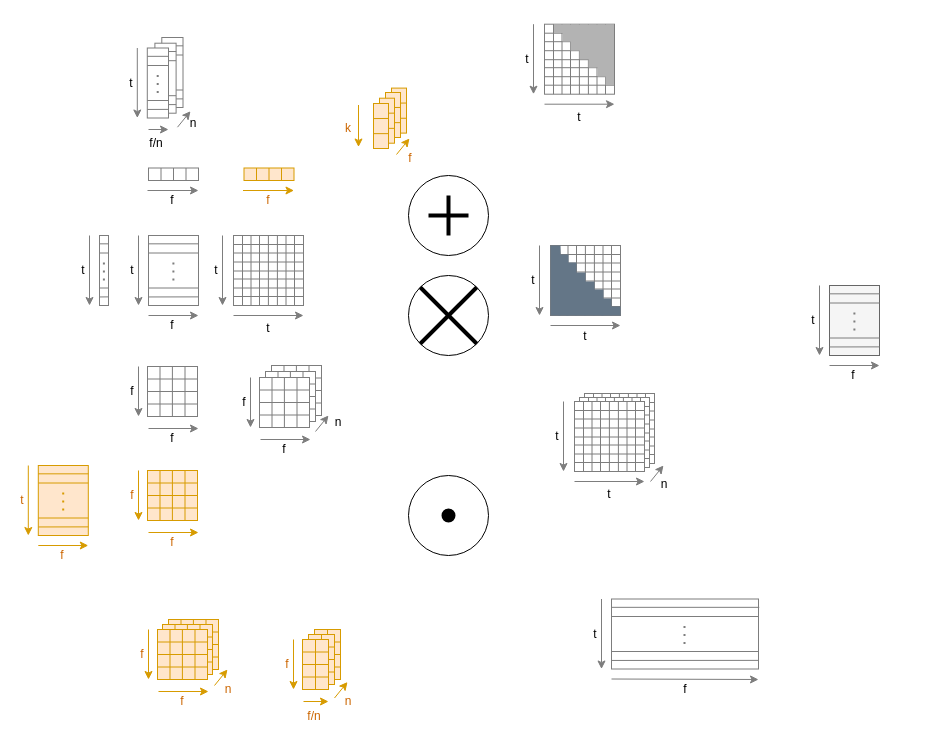
The draw.io diagram page "Base Figures" (1 of 5) of Untitled Diagram.drawio in OleguerCanal/diagrams, before the edit. Source tidied: cells renumbered, new cells numbered last; positions are measured from the earlier drawing's top-left corner, leaving out a move shared by most shapes. Both pictures are drawn from the tidied source at 100%, with x=0, y=0 at pixel (17, 24).
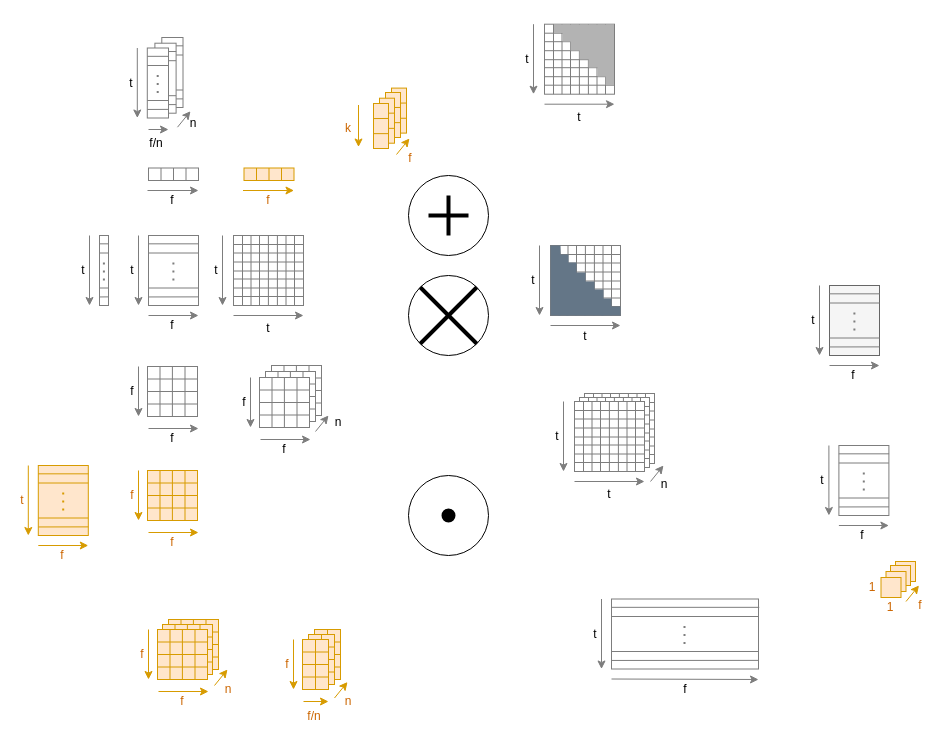
After the change.

Diff of the diagram source:
```diff
@@
+    <mxCell id="330" style="rounded=0;whiteSpace=wrap;html=1;strokeColor=#d79b00;fillColor=#ffe6cc;rotation=-90;" parent="1" vertex="1">
+      <mxGeometry x="878" y="537" width="20" height="20" as="geometry" />
+    </mxCell>
+    <mxCell id="331" style="rounded=0;whiteSpace=wrap;html=1;strokeColor=#d79b00;fillColor=#ffe6cc;rotation=-90;" parent="1" vertex="1">
+      <mxGeometry x="873" y="541" width="20" height="20" as="geometry" />
+    </mxCell>
@@
+    <mxCell id="332" style="rounded=0;whiteSpace=wrap;html=1;strokeColor=#7D7D7D;" parent="1" vertex="1">
+      <mxGeometry x="821.4" y="421" width="50" height="70" as="geometry" />
+    </mxCell>
+    <mxCell id="333" style="endArrow=none;html=1;rounded=0;entryX=1;entryY=0.25;entryDx=0;entryDy=0;exitX=0;exitY=0.25;exitDx=0;exitDy=0;strokeColor=#7D7D7D;" parent="1" edge="1" source="332" target="332">
+      <mxGeometry relative="1" as="geometry" />
+    </mxCell>
+    <mxCell id="334" style="endArrow=none;html=1;rounded=0;entryX=1;entryY=0.75;entryDx=0;entryDy=0;exitX=0;exitY=0.75;exitDx=0;exitDy=0;strokeColor=#7D7D7D;" parent="1" edge="1" source="332" target="332">
+      <mxGeometry relative="1" as="geometry" />
+    </mxCell>
+    <mxCell id="335" style="endArrow=none;html=1;rounded=0;exitX=-0.002;exitY=0.119;exitDx=0;exitDy=0;exitPerimeter=0;entryX=1.005;entryY=0.119;entryDx=0;entryDy=0;entryPerimeter=0;strokeColor=#7D7D7D;" parent="1" edge="1" source="332" target="332">
+      <mxGeometry relative="1" as="geometry" />
+    </mxCell>
+    <mxCell id="336" style="endArrow=none;html=1;rounded=0;exitX=0.003;exitY=0.878;exitDx=0;exitDy=0;exitPerimeter=0;entryX=1.001;entryY=0.877;entryDx=0;entryDy=0;entryPerimeter=0;strokeColor=#7D7D7D;" parent="1" edge="1" source="332" target="332">
+      <mxGeometry relative="1" as="geometry" />
+    </mxCell>
+    <mxCell id="337" style="endArrow=none;dashed=1;html=1;dashPattern=1 3;strokeWidth=2;rounded=0;strokeColor=#7D7D7D;" parent="1" edge="1">
+      <mxGeometry relative="1" as="geometry">
+        <mxPoint x="846.3" y="466" as="sourcePoint" />
+        <mxPoint x="846.3" y="446" as="targetPoint" />
+        <Array as="points">
+          <mxPoint x="846.3" y="466" />
+        </Array>
+      </mxGeometry>
+    </mxCell>
+    <mxCell id="338" style="endArrow=classic;html=1;rounded=0;strokeColor=#7D7D7D;" parent="1" edge="1">
+      <mxGeometry relative="1" as="geometry">
+        <mxPoint x="811.4" y="421" as="sourcePoint" />
+        <mxPoint x="811.4" y="491" as="targetPoint" />
+      </mxGeometry>
+    </mxCell>
+    <mxCell id="339" style="endArrow=classic;html=1;rounded=0;strokeColor=#7D7D7D;" parent="1" edge="1">
+      <mxGeometry relative="1" as="geometry">
+        <mxPoint x="821.4" y="501" as="sourcePoint" />
+        <mxPoint x="871.4" y="501" as="targetPoint" />
+      </mxGeometry>
+    </mxCell>
+    <mxCell id="340" value="t" style="text;html=1;strokeColor=none;fillColor=none;align=center;verticalAlign=middle;whiteSpace=wrap;rounded=0;" parent="1" vertex="1">
+      <mxGeometry x="800.4" y="441" width="10" height="30" as="geometry" />
+    </mxCell>
+    <mxCell id="341" value="f" style="text;html=1;strokeColor=none;fillColor=none;align=center;verticalAlign=middle;whiteSpace=wrap;rounded=0;" parent="1" vertex="1">
+      <mxGeometry x="840.4" y="501" width="10" height="20" as="geometry" />
+    </mxCell>
+    <mxCell id="342" value="1" style="text;html=1;strokeColor=none;fillColor=none;align=center;verticalAlign=middle;whiteSpace=wrap;rounded=0;fontColor=#CC6600;" parent="1" vertex="1">
+      <mxGeometry x="850.4" y="553" width="10" height="20" as="geometry" />
+    </mxCell>
+    <mxCell id="343" style="endArrow=classic;html=1;rounded=0;strokeColor=#d79b00;fillColor=#ffe6cc;" parent="1" edge="1">
+      <mxGeometry relative="1" as="geometry">
+        <mxPoint x="888.5" y="577" as="sourcePoint" />
+        <mxPoint x="901.5" y="561" as="targetPoint" />
+      </mxGeometry>
+    </mxCell>
+    <mxCell id="344" value="f" style="text;html=1;strokeColor=none;fillColor=none;align=center;verticalAlign=middle;whiteSpace=wrap;rounded=0;fontColor=#CC6600;" parent="1" vertex="1">
+      <mxGeometry x="897.5" y="570.5" width="10" height="20" as="geometry" />
+    </mxCell>
+    <mxCell id="345" style="rounded=0;whiteSpace=wrap;html=1;strokeColor=#d79b00;fillColor=#ffe6cc;rotation=-90;" parent="1" vertex="1">
+      <mxGeometry x="868.5" y="547" width="20" height="20" as="geometry" />
+    </mxCell>
+    <mxCell id="346" style="rounded=0;whiteSpace=wrap;html=1;strokeColor=#d79b00;fillColor=#ffe6cc;rotation=-90;" parent="1" vertex="1">
+      <mxGeometry x="863.5" y="553" width="20" height="20" as="geometry" />
+    </mxCell>
+    <mxCell id="347" value="1" style="text;html=1;strokeColor=none;fillColor=none;align=center;verticalAlign=middle;whiteSpace=wrap;rounded=0;fontColor=#CC6600;" parent="1" vertex="1">
+      <mxGeometry x="868" y="573" width="10" height="20" as="geometry" />
+    </mxCell>
```
